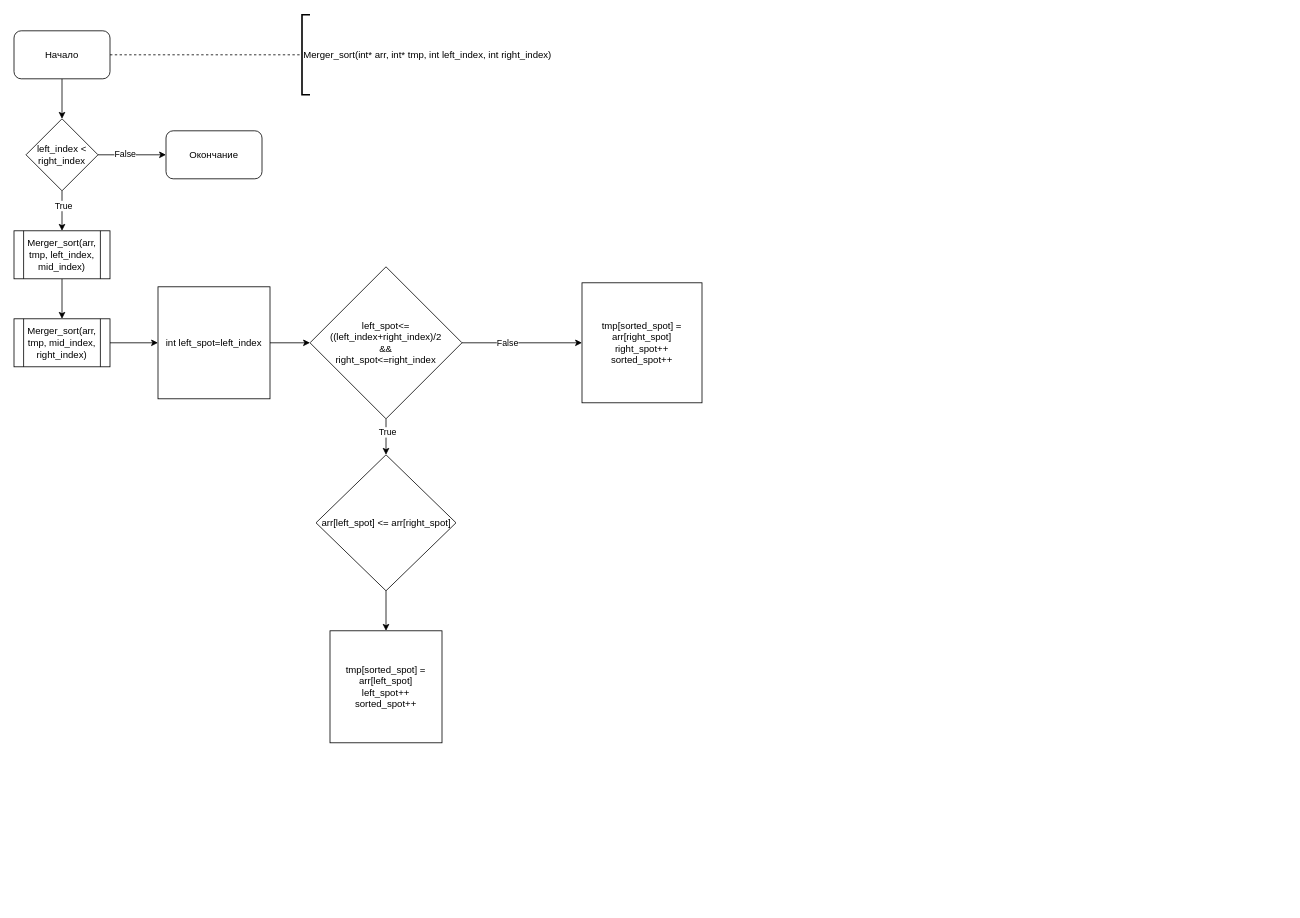
The draw.io diagram Merge_sort.drawio in khanhbg339/Logic_Thuat_toan, before the edit. Source tidied: cells renumbered, new cells numbered last; positions are measured from the earlier drawing's top-left corner, leaving out a move shared by most shapes. Both pictures are drawn from the tidied source at 80%, with x=0, y=0 at pixel (14, 14).
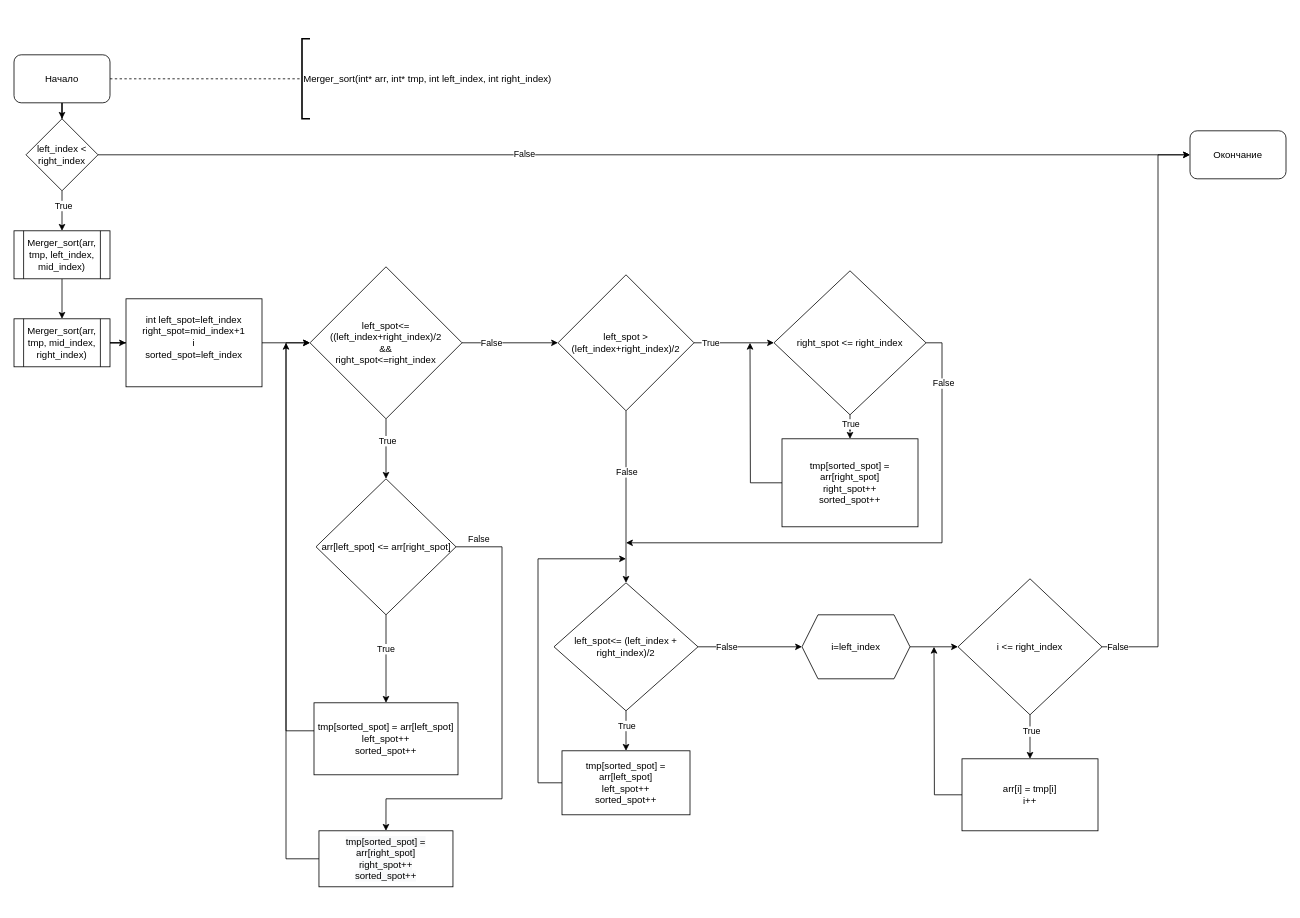
After the change.

Unchanged cells that the change refers to:
```xml
<mxCell id="14" value="Merger_sort(arr, tmp, mid_index, right_index)" style="shape=process;whiteSpace=wrap;html=1;backgroundOutline=1;" parent="1" vertex="1">
  <mxGeometry y="380" width="120" height="60" as="geometry" />
</mxCell>
<mxCell id="22" value="left_spot&amp;lt;=((left_index+right_index)/2&lt;br&gt;&amp;amp;&amp;amp;&lt;br&gt;right_spot&amp;lt;=right_index" style="rhombus;whiteSpace=wrap;html=1;" parent="1" vertex="1">
  <mxGeometry x="370" y="315" width="190" height="190" as="geometry" />
</mxCell>
```

Diff of the diagram source:
```diff
@@
     <mxCell id="3" value="Начало" style="rounded=1;whiteSpace=wrap;html=1;" parent="1" vertex="1">
-      <mxGeometry y="20" width="120" height="60" as="geometry" />
+      <mxGeometry y="50" width="120" height="60" as="geometry" />
     </mxCell>
     <mxCell id="4" value="Merger_sort(int* arr, int* tmp, int left_index, int right_index)" style="strokeWidth=2;html=1;shape=mxgraph.flowchart.annotation_1;align=left;" parent="1" vertex="1">
-      <mxGeometry x="360" width="10" height="100" as="geometry" />
+      <mxGeometry x="360" y="30" width="10" height="100" as="geometry" />
     </mxCell>
@@
-    <mxCell id="13" style="edgeStyle=orthogonalEdgeStyle;rounded=0;jettySize=auto;html=1;" parent="1" edge="1" source="14" target="17">
+    <mxCell id="13" style="edgeStyle=orthogonalEdgeStyle;rounded=0;jettySize=auto;html=1;entryX=0;entryY=0.5;entryDx=0;entryDy=0;" parent="1" edge="1" source="14" target="42">
       <mxGeometry relative="1" as="geometry" />
     </mxCell>
@@
     <mxCell id="15" value="Окончание" style="rounded=1;whiteSpace=wrap;html=1;" parent="1" vertex="1">
-      <mxGeometry x="190" y="145" width="120" height="60" as="geometry" />
+      <mxGeometry x="1470" y="145" width="120" height="60" as="geometry" />
     </mxCell>
-    <mxCell id="16" style="edgeStyle=orthogonalEdgeStyle;rounded=0;jettySize=auto;html=1;" parent="1" edge="1" source="17" target="22">
+    <mxCell id="16" style="edgeStyle=orthogonalEdgeStyle;rounded=0;jettySize=auto;html=1;exitX=1;exitY=0.5;exitDx=0;exitDy=0;" parent="1" edge="1" source="42" target="22">
       <mxGeometry relative="1" as="geometry" />
     </mxCell>
-    <mxCell id="17" value="int left_spot=left_index&lt;br&gt;" style="whiteSpace=wrap;html=1;" parent="1" vertex="1">
-      <mxGeometry x="180" y="340" width="140" height="140" as="geometry" />
-    </mxCell>
@@
-    <mxCell id="20" style="edgeStyle=orthogonalEdgeStyle;rounded=0;jettySize=auto;html=1;exitX=1;exitY=0.5;exitDx=0;exitDy=0;entryX=0;entryY=0.5;entryDx=0;entryDy=0;" parent="1" edge="1" source="22" target="26">
-      <mxGeometry relative="1" as="geometry" />
+    <mxCell id="20" style="edgeStyle=orthogonalEdgeStyle;rounded=0;jettySize=auto;html=1;exitX=1;exitY=0.5;exitDx=0;exitDy=0;entryX=0.5;entryY=0;entryDx=0;entryDy=0;" parent="1" edge="1" source="24" target="44">
+      <mxGeometry relative="1" as="geometry">
+        <Array as="points">
+          <mxPoint x="610" y="665" />
+          <mxPoint x="610" y="980" />
+          <mxPoint x="465" y="980" />
+        </Array>
+      </mxGeometry>
     </mxCell>
     <mxCell id="21" value="False" style="edgeLabel;html=1;align=center;verticalAlign=middle;" parent="20" vertex="1">
-      <mxGeometry x="-0.26" relative="1" as="geometry" />
+      <mxGeometry x="-0.26" relative="1" as="geometry">
+        <mxPoint x="-30" y="-159" as="offset" />
+      </mxGeometry>
     </mxCell>
+    <mxCell id="27" style="edgeStyle=orthogonalEdgeStyle;rounded=0;jettySize=auto;html=1;exitX=1;exitY=0.5;exitDx=0;exitDy=0;" parent="1" edge="1" source="22" target="34">
+      <mxGeometry relative="1" as="geometry" />
+    </mxCell>
+    <mxCell id="28" value="False" style="edgeLabel;html=1;align=center;verticalAlign=middle;" parent="27" vertex="1">
+      <mxGeometry x="-0.4" relative="1" as="geometry" />
+    </mxCell>
@@
-    <mxCell id="23" style="edgeStyle=orthogonalEdgeStyle;rounded=0;jettySize=auto;html=1;" parent="1" edge="1" source="24" target="25">
+    <mxCell id="23" style="edgeStyle=orthogonalEdgeStyle;rounded=0;jettySize=auto;html=1;entryX=0.5;entryY=0;entryDx=0;entryDy=0;" parent="1" edge="1" source="24" target="46">
       <mxGeometry relative="1" as="geometry" />
     </mxCell>
+    <mxCell id="29" value="True" style="edgeLabel;html=1;align=center;verticalAlign=middle;" parent="23" vertex="1">
+      <mxGeometry x="-0.23" y="-1" relative="1" as="geometry" />
+    </mxCell>
     <mxCell id="24" value="arr[left_spot] &amp;lt;= arr[right_spot]" style="rhombus;whiteSpace=wrap;html=1;" parent="1" vertex="1">
-      <mxGeometry x="377.5" y="550" width="175" height="170" as="geometry" />
+      <mxGeometry x="377.5" y="580" width="175" height="170" as="geometry" />
     </mxCell>
-    <mxCell id="25" value="tmp[sorted_spot] = arr[left_spot]&lt;br&gt;left_spot++&lt;br&gt;sorted_spot++" style="whiteSpace=wrap;html=1;" parent="1" vertex="1">
-      <mxGeometry x="395" y="770" width="140" height="140" as="geometry" />
-    </mxCell>
-    <mxCell id="26" value="tmp[sorted_spot] = arr[right_spot]&lt;br&gt;right_spot++&lt;br&gt;sorted_spot++" style="whiteSpace=wrap;html=1;" parent="1" vertex="1">
-      <mxGeometry x="710" y="335" width="150" height="150" as="geometry" />
-    </mxCell>
+    <mxCell id="30" style="edgeStyle=orthogonalEdgeStyle;rounded=0;jettySize=auto;html=1;" parent="1" edge="1" source="34" target="39">
+      <mxGeometry relative="1" as="geometry" />
+    </mxCell>
+    <mxCell id="31" value="True" style="edgeLabel;html=1;align=center;verticalAlign=middle;" parent="30" vertex="1">
+      <mxGeometry x="-0.24" y="-1" relative="1" as="geometry">
+        <mxPoint x="-18" y="-1" as="offset" />
+      </mxGeometry>
+    </mxCell>
+    <mxCell id="32" style="edgeStyle=orthogonalEdgeStyle;rounded=0;jettySize=auto;html=1;" parent="1" edge="1" source="34" target="51">
+      <mxGeometry relative="1" as="geometry" />
+    </mxCell>
+    <mxCell id="33" value="False" style="edgeLabel;html=1;align=center;verticalAlign=middle;" parent="32" vertex="1">
+      <mxGeometry x="-0.29" relative="1" as="geometry" />
+    </mxCell>
+    <mxCell id="34" value="left_spot &amp;gt; (left_index+right_index)/2" style="rhombus;whiteSpace=wrap;html=1;" parent="1" vertex="1">
+      <mxGeometry x="680" y="325" width="170" height="170" as="geometry" />
+    </mxCell>
+    <mxCell id="35" style="edgeStyle=orthogonalEdgeStyle;rounded=0;jettySize=auto;html=1;entryX=0.5;entryY=0;entryDx=0;entryDy=0;" parent="1" edge="1" source="39" target="41">
+      <mxGeometry relative="1" as="geometry" />
+    </mxCell>
+    <mxCell id="36" value="True" style="edgeLabel;html=1;align=center;verticalAlign=middle;" parent="35" vertex="1">
+      <mxGeometry x="-0.25" y="-1" relative="1" as="geometry">
+        <mxPoint x="1" y="-8" as="offset" />
+      </mxGeometry>
+    </mxCell>
+    <mxCell id="37" style="edgeStyle=orthogonalEdgeStyle;rounded=0;jettySize=auto;html=1;exitX=1;exitY=0.5;exitDx=0;exitDy=0;" parent="1" edge="1" source="39">
+      <mxGeometry relative="1" as="geometry">
+        <mxPoint x="765" y="660" as="targetPoint" />
+        <Array as="points">
+          <mxPoint x="1160" y="410" />
+          <mxPoint x="1160" y="660" />
+          <mxPoint x="780" y="660" />
+        </Array>
+      </mxGeometry>
+    </mxCell>
+    <mxCell id="38" value="False" style="edgeLabel;html=1;align=center;verticalAlign=middle;" parent="37" vertex="1">
+      <mxGeometry x="-0.79" y="1" relative="1" as="geometry" />
+    </mxCell>
+    <mxCell id="39" value="right_spot &amp;lt;= right_index" style="rhombus;whiteSpace=wrap;html=1;" parent="1" vertex="1">
+      <mxGeometry x="950" y="320" width="190" height="180" as="geometry" />
+    </mxCell>
+    <mxCell id="40" style="edgeStyle=orthogonalEdgeStyle;rounded=0;jettySize=auto;html=1;exitX=0;exitY=0.5;exitDx=0;exitDy=0;" parent="1" edge="1" source="41">
+      <mxGeometry relative="1" as="geometry">
+        <mxPoint x="920" y="410" as="targetPoint" />
+      </mxGeometry>
+    </mxCell>
+    <mxCell id="41" value="tmp[sorted_spot] = arr[right_spot]&lt;br&gt;right_spot++&lt;br&gt;sorted_spot++" style="rounded=0;whiteSpace=wrap;html=1;" parent="1" vertex="1">
+      <mxGeometry x="960" y="530" width="170" height="110" as="geometry" />
+    </mxCell>
+    <mxCell id="42" value="&lt;span&gt;int left_spot=left_index&lt;br&gt;right_spot=mid_index+1&lt;br&gt;i&lt;br&gt;sorted_spot=left_index&lt;br&gt;&lt;br&gt;&lt;/span&gt;" style="rounded=0;whiteSpace=wrap;html=1;" parent="1" vertex="1">
+      <mxGeometry x="140" y="355" width="170" height="110" as="geometry" />
+    </mxCell>
+    <mxCell id="43" style="edgeStyle=orthogonalEdgeStyle;rounded=0;jettySize=auto;html=1;entryX=0;entryY=0.5;entryDx=0;entryDy=0;exitX=0;exitY=0.5;exitDx=0;exitDy=0;" parent="1" edge="1" source="44" target="22">
+      <mxGeometry relative="1" as="geometry">
+        <Array as="points">
+          <mxPoint x="340" y="1055" />
+          <mxPoint x="340" y="410" />
+        </Array>
+      </mxGeometry>
+    </mxCell>
+    <mxCell id="44" value="&#10;&#10;&lt;span style=&quot;color: rgb(0, 0, 0); font-family: helvetica; font-size: 12px; font-style: normal; font-weight: 400; letter-spacing: normal; text-align: center; text-indent: 0px; text-transform: none; word-spacing: 0px; background-color: rgb(248, 249, 250); display: inline; float: none;&quot;&gt;tmp[sorted_spot] = arr[right_spot]&lt;/span&gt;&lt;br style=&quot;color: rgb(0, 0, 0); font-family: helvetica; font-size: 12px; font-style: normal; font-weight: 400; letter-spacing: normal; text-align: center; text-indent: 0px; text-transform: none; word-spacing: 0px; background-color: rgb(248, 249, 250);&quot;&gt;&lt;span style=&quot;color: rgb(0, 0, 0); font-family: helvetica; font-size: 12px; font-style: normal; font-weight: 400; letter-spacing: normal; text-align: center; text-indent: 0px; text-transform: none; word-spacing: 0px; background-color: rgb(248, 249, 250); display: inline; float: none;&quot;&gt;right_spot++&lt;/span&gt;&lt;br style=&quot;color: rgb(0, 0, 0); font-family: helvetica; font-size: 12px; font-style: normal; font-weight: 400; letter-spacing: normal; text-align: center; text-indent: 0px; text-transform: none; word-spacing: 0px; background-color: rgb(248, 249, 250);&quot;&gt;&lt;span style=&quot;color: rgb(0, 0, 0); font-family: helvetica; font-size: 12px; font-style: normal; font-weight: 400; letter-spacing: normal; text-align: center; text-indent: 0px; text-transform: none; word-spacing: 0px; background-color: rgb(248, 249, 250); display: inline; float: none;&quot;&gt;sorted_spot++&lt;/span&gt;&#10;&#10;" style="rounded=0;whiteSpace=wrap;html=1;" parent="1" vertex="1">
+      <mxGeometry x="381.2" y="1020" width="167.5" height="70" as="geometry" />
+    </mxCell>
+    <mxCell id="45" style="edgeStyle=orthogonalEdgeStyle;rounded=0;jettySize=auto;html=1;" parent="1" edge="1" source="46">
+      <mxGeometry relative="1" as="geometry">
+        <mxPoint x="340" y="410" as="targetPoint" />
+        <Array as="points">
+          <mxPoint x="340" y="895" />
+          <mxPoint x="340" y="410" />
+        </Array>
+      </mxGeometry>
+    </mxCell>
+    <mxCell id="46" value="&lt;span&gt;tmp[sorted_spot] = arr[left_spot]&lt;/span&gt;&lt;br&gt;&lt;span&gt;left_spot++&lt;/span&gt;&lt;br&gt;&lt;span&gt;sorted_spot++&lt;/span&gt;" style="rounded=0;whiteSpace=wrap;html=1;" parent="1" vertex="1">
+      <mxGeometry x="375" y="860" width="180" height="90" as="geometry" />
+    </mxCell>
+    <mxCell id="47" style="edgeStyle=orthogonalEdgeStyle;rounded=0;jettySize=auto;html=1;" parent="1" edge="1" source="51" target="53">
+      <mxGeometry relative="1" as="geometry" />
+    </mxCell>
+    <mxCell id="48" value="True" style="edgeLabel;html=1;align=center;verticalAlign=middle;" parent="47" vertex="1">
+      <mxGeometry x="-0.29" relative="1" as="geometry" />
+    </mxCell>
+    <mxCell id="49" style="edgeStyle=orthogonalEdgeStyle;rounded=0;jettySize=auto;html=1;" parent="1" edge="1" source="51" target="55">
+      <mxGeometry relative="1" as="geometry" />
+    </mxCell>
+    <mxCell id="50" value="False" style="edgeLabel;html=1;align=center;verticalAlign=middle;" parent="49" vertex="1">
+      <mxGeometry x="-0.72" relative="1" as="geometry">
+        <mxPoint x="17" as="offset" />
+      </mxGeometry>
+    </mxCell>
+    <mxCell id="51" value="left_spot&amp;lt;= (left_index + right_index)/2" style="rhombus;whiteSpace=wrap;html=1;" parent="1" vertex="1">
+      <mxGeometry x="675" y="710" width="180" height="160" as="geometry" />
+    </mxCell>
+    <mxCell id="52" style="edgeStyle=orthogonalEdgeStyle;rounded=0;jettySize=auto;html=1;" parent="1" edge="1" source="53">
+      <mxGeometry relative="1" as="geometry">
+        <mxPoint x="765" y="680" as="targetPoint" />
+        <Array as="points">
+          <mxPoint x="655" y="960" />
+          <mxPoint x="655" y="680" />
+        </Array>
+      </mxGeometry>
+    </mxCell>
+    <mxCell id="53" value="tmp[sorted_spot] = arr[left_spot]&lt;br&gt;left_spot++&lt;br&gt;sorted_spot++" style="rounded=0;whiteSpace=wrap;html=1;" parent="1" vertex="1">
+      <mxGeometry x="685" y="920" width="160" height="80" as="geometry" />
+    </mxCell>
+    <mxCell id="54" style="edgeStyle=orthogonalEdgeStyle;rounded=0;jettySize=auto;html=1;" parent="1" edge="1" source="55" target="60">
+      <mxGeometry relative="1" as="geometry" />
+    </mxCell>
+    <mxCell id="55" value="i=left_index" style="shape=hexagon;perimeter=hexagonPerimeter2;whiteSpace=wrap;html=1;fixedSize=1;" parent="1" vertex="1">
+      <mxGeometry x="985" y="750" width="135" height="80" as="geometry" />
+    </mxCell>
+    <mxCell id="56" style="edgeStyle=orthogonalEdgeStyle;rounded=0;jettySize=auto;html=1;entryX=0.5;entryY=0;entryDx=0;entryDy=0;" parent="1" edge="1" source="60" target="62">
+      <mxGeometry relative="1" as="geometry" />
+    </mxCell>
+    <mxCell id="57" value="True" style="edgeLabel;html=1;align=center;verticalAlign=middle;" parent="56" vertex="1">
+      <mxGeometry x="-0.26" y="1" relative="1" as="geometry" />
+    </mxCell>
+    <mxCell id="58" style="edgeStyle=orthogonalEdgeStyle;rounded=0;jettySize=auto;html=1;entryX=0;entryY=0.5;entryDx=0;entryDy=0;" parent="1" edge="1" source="60" target="15">
+      <mxGeometry relative="1" as="geometry">
+        <Array as="points">
+          <mxPoint x="1430" y="790" />
+          <mxPoint x="1430" y="175" />
+        </Array>
+      </mxGeometry>
+    </mxCell>
+    <mxCell id="59" value="False" style="edgeLabel;html=1;align=center;verticalAlign=middle;" parent="58" vertex="1">
+      <mxGeometry x="-0.92" y="-1" relative="1" as="geometry">
+        <mxPoint x="-10" y="-1" as="offset" />
+      </mxGeometry>
+    </mxCell>
+    <mxCell id="60" value="i &amp;lt;= right_index" style="rhombus;whiteSpace=wrap;html=1;" parent="1" vertex="1">
+      <mxGeometry x="1180" y="705" width="180" height="170" as="geometry" />
+    </mxCell>
+    <mxCell id="61" style="edgeStyle=orthogonalEdgeStyle;rounded=0;jettySize=auto;html=1;" parent="1" edge="1" source="62">
+      <mxGeometry relative="1" as="geometry">
+        <mxPoint x="1150" y="790" as="targetPoint" />
+      </mxGeometry>
+    </mxCell>
+    <mxCell id="62" value="arr[i] = tmp[i]&lt;br&gt;i++" style="rounded=0;whiteSpace=wrap;html=1;" parent="1" vertex="1">
+      <mxGeometry x="1185" y="930" width="170" height="90" as="geometry" />
+    </mxCell>
```
